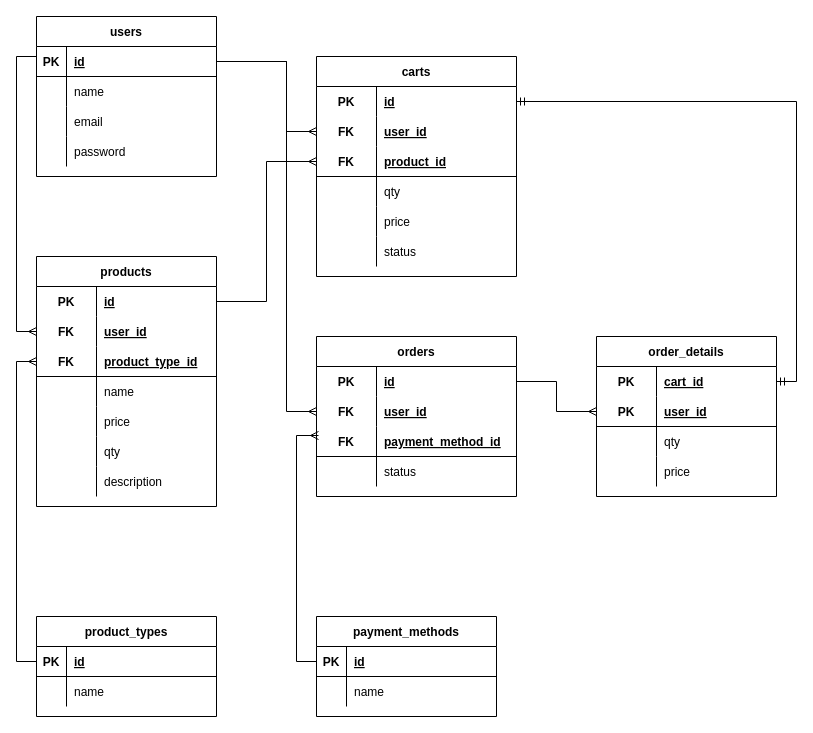
The draw.io diagram lib/erd/e-commerce.drawio in groupProject-3/BE-e-commerce, before the edit. Source tidied: cells renumbered, new cells numbered last; positions are measured from the earlier drawing's top-left corner, leaving out a move shared by most shapes. Both pictures are drawn from the tidied source at 100%, with x=0, y=0 at pixel (36, 16).
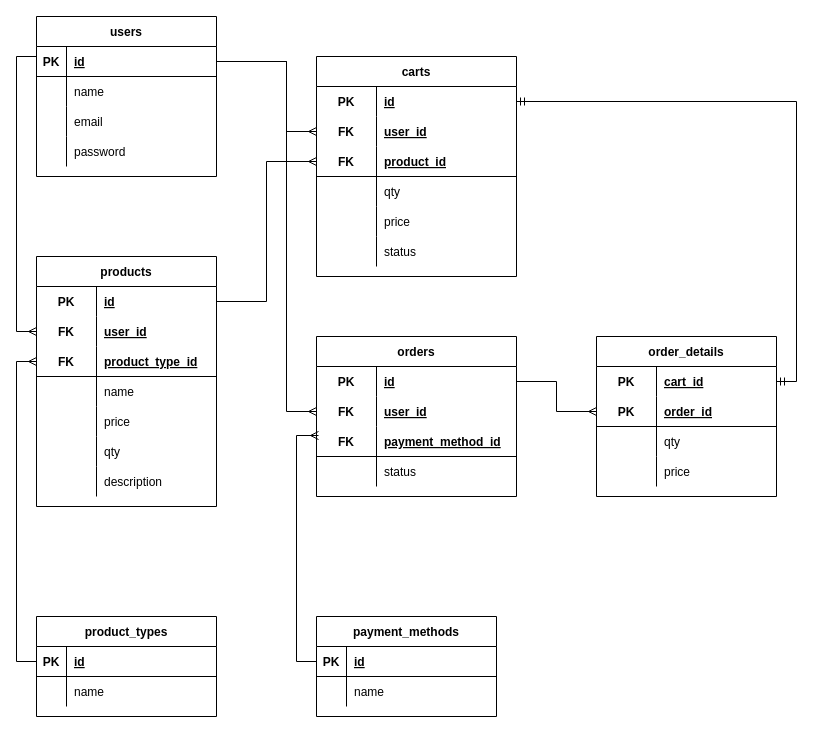
The same page after the edit.

The change refers to these unchanged cells:
```xml
<mxCell id="70" style="shape=tableRow;horizontal=0;startSize=0;swimlaneHead=0;swimlaneBody=0;fillColor=none;points=[[0,0.5],[1,0.5]];portConstraint=eastwest;top=0;left=0;right=0;bottom=1;strokeColor=default;" parent="66" vertex="1">
  <mxGeometry y="60" width="180" height="30" as="geometry" />
</mxCell>
```

What changed in the source:
```diff
@@
-    <mxCell id="72" value="user_id" style="shape=partialRectangle;fillColor=none;top=0;left=0;bottom=0;right=0;align=left;spacingLeft=6;fontStyle=5;overflow=hidden;strokeColor=default;" parent="70" vertex="1">
+    <mxCell id="72" value="order_id" style="shape=partialRectangle;fillColor=none;top=0;left=0;bottom=0;right=0;align=left;spacingLeft=6;fontStyle=5;overflow=hidden;strokeColor=default;" parent="70" vertex="1">
       <mxGeometry x="60" width="120" height="30" as="geometry" />
     </mxCell>
```
